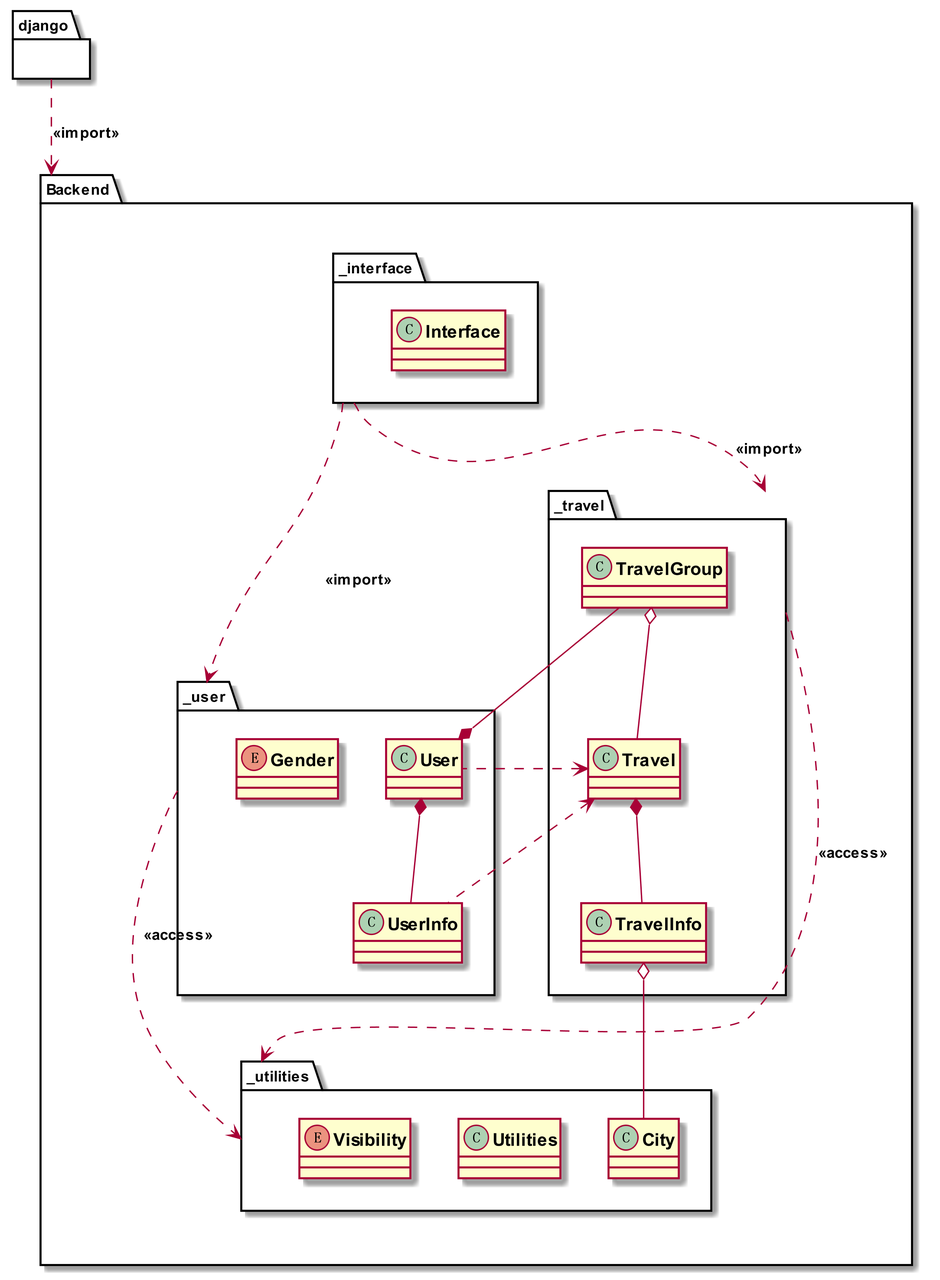
The PlantUML diagram doc/第二阶段课堂展示/PackageDiagram.backend.png in skyetim/travel_planning_website, before a commit.
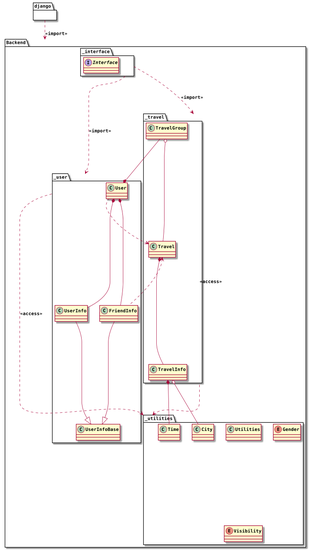
The same diagram one commit later.

Commit message:
refactor: specify user info and friend info

The edit, as a diff of the source:
```diff
@@ -1,48 +1,58 @@
 @startuml PackageDiagram.backend
-skinparam classAttributeIconSize 0
-skinparam Dpi 300
-skinparam DefaultFontName Menlo
-skinparam DefaultFontSize 11
-skinparam DefaultFontStyle bold
-skinparam ClassFontSize 13
 
-package Backend{
-    package _utilities{
+skinparam Dpi 200
+skinparam DefaultFont {
+    Name Menlo
+    Size 13
+    Style bold
+}
+
+namespace Backend {
+    package _utilities {
         class City
+        class Time
         class Utilities
+        enum Gender
         enum Visibility
     }
-    package _interface{
-        class Interface
+
+    package _interface {
+        interface Interface
     }
 
-    package _travel{
+    package _travel {
         class Travel
         class TravelGroup
         class TravelInfo
     }
 
-    package _user{
+    package _user {
         class User
+        class UserInfoBase
         class UserInfo
-        enum Gender
+        class FriendInfo
     }
 }
 
-package django{
+package django {
 }
 
-django..>Backend: <<import>>
-User  *--  UserInfo
-User  *--  TravelGroup
-TravelGroup  o--  Travel
-Travel  *--  TravelInfo
-Travel  <..  User
-Travel  <..  UserInfo
+User        *--  UserInfo
+User        *--  FriendInfo
+User        *--  TravelGroup
+UserInfo    --|> UserInfoBase
+FriendInfo  --|> UserInfoBase
+TravelGroup o--  Travel
+Travel      *--  TravelInfo
+Travel      <..  User
+Travel      <..  FriendInfo
 TravelInfo  o--  City
+TravelInfo  *--  Time
 
-_travel..>_utilities: <<access>>
-_user..>_utilities: <<access>>
-_interface..>_travel: <<import>>
-_interface..>_user: <<import>>
+django     ..> Backend:    <<import>>
+_travel    ..> _utilities: <<access>>
+_user      ..> _utilities: <<access>>
+_interface ..> _travel:    <<import>>
+_interface ..> _user:      <<import>>
+
 @enduml
```
